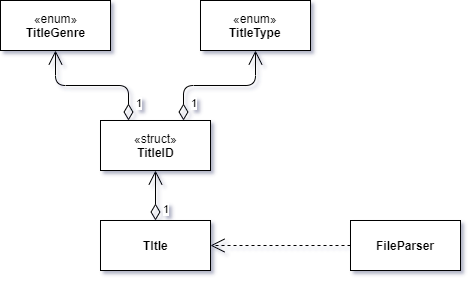
This is Images/DiagramaUML.png from RodrigoPrinheiro/LP2_P1, a draw.io export, as it was before one commit. Source tidied: cells renumbered, new cells last; positions are measured from the earlier drawing's top-left corner, leaving out a move shared by most shapes.
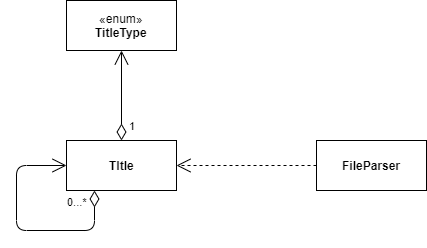
The same diagram one commit later.

Diff of the diagram source:
```diff
@@ -3,7 +3,7 @@
     <mxCell id="0" />
     <mxCell id="1" parent="0" />
     <mxCell id="2" value="«enum»&lt;br&gt;&lt;b&gt;TitleType&lt;/b&gt;" style="html=1;" parent="1" vertex="1">
-      <mxGeometry x="200" width="110" height="50" as="geometry" />
+      <mxGeometry x="100" y="80" width="110" height="50" as="geometry" />
     </mxCell>
     <mxCell id="3" value="&lt;b&gt;TItle&lt;br&gt;&lt;/b&gt;" style="html=1;" parent="1" vertex="1">
       <mxGeometry x="100" y="220" width="110" height="50" as="geometry" />
@@ -11,25 +11,22 @@
     <mxCell id="4" value="&lt;b&gt;FileParser&lt;/b&gt;" style="html=1;" parent="1" vertex="1">
       <mxGeometry x="350" y="220" width="110" height="50" as="geometry" />
     </mxCell>
-    <mxCell id="5" value="«struct»&lt;br&gt;&lt;b&gt;TitleID&lt;br&gt;&lt;/b&gt;" style="html=1;" parent="1" vertex="1">
-      <mxGeometry x="100" y="120" width="110" height="50" as="geometry" />
-    </mxCell>
-    <mxCell id="6" value="«enum»&lt;br&gt;&lt;b&gt;TitleGenre&lt;br&gt;&lt;/b&gt;" style="html=1;" parent="1" vertex="1">
-      <mxGeometry width="110" height="50" as="geometry" />
-    </mxCell>
-    <mxCell id="7" value="1" style="endArrow=open;html=1;endSize=12;startArrow=diamondThin;startSize=14;startFill=0;edgeStyle=orthogonalEdgeStyle;align=left;verticalAlign=bottom;exitX=0.25;exitY=0;exitDx=0;exitDy=0;entryX=0.5;entryY=1;entryDx=0;entryDy=0;" parent="1" edge="1" source="5" target="6">
-      <mxGeometry x="-0.87" y="-6" relative="1" as="geometry" />
-    </mxCell>
-    <mxCell id="8" value="1" style="endArrow=open;html=1;endSize=12;startArrow=diamondThin;startSize=14;startFill=0;edgeStyle=orthogonalEdgeStyle;align=left;verticalAlign=bottom;exitX=0.75;exitY=0;exitDx=0;exitDy=0;entryX=0.5;entryY=1;entryDx=0;entryDy=0;" parent="1" edge="1" source="5" target="2">
+    <mxCell id="8" value="1" style="endArrow=open;html=1;endSize=12;startArrow=diamondThin;startSize=14;startFill=0;edgeStyle=orthogonalEdgeStyle;align=left;verticalAlign=bottom;exitX=0.5;exitY=0;exitDx=0;exitDy=0;entryX=0.5;entryY=1;entryDx=0;entryDy=0;" parent="1" edge="1" source="3" target="2">
       <mxGeometry x="-0.87" y="-6" relative="1" as="geometry">
         <Array as="points">
-          <mxPoint x="183" y="85" />
-          <mxPoint x="255" y="85" />
+          <mxPoint x="155" y="130" />
+          <mxPoint x="155" y="130" />
         </Array>
       </mxGeometry>
     </mxCell>
-    <mxCell id="9" value="1" style="endArrow=open;html=1;endSize=12;startArrow=diamondThin;startSize=14;startFill=0;edgeStyle=orthogonalEdgeStyle;align=left;verticalAlign=bottom;exitX=0.5;exitY=0;exitDx=0;exitDy=0;entryX=0.5;entryY=1;entryDx=0;entryDy=0;" parent="1" edge="1" source="3" target="5">
-      <mxGeometry x="-0.87" y="-6" relative="1" as="geometry" />
+    <mxCell id="9" value="0...*" style="endArrow=open;html=1;endSize=12;startArrow=diamondThin;startSize=14;startFill=0;edgeStyle=orthogonalEdgeStyle;align=left;verticalAlign=bottom;exitX=0.25;exitY=1;exitDx=0;exitDy=0;" parent="1" edge="1" source="3" target="3">
+      <mxGeometry x="-0.41" y="-20" relative="1" as="geometry">
+        <Array as="points">
+          <mxPoint x="128" y="310" />
+          <mxPoint x="50" y="310" />
+          <mxPoint x="50" y="245" />
+        </Array>
+      </mxGeometry>
     </mxCell>
     <mxCell id="10" style="endArrow=open;endSize=12;dashed=1;html=1;exitX=0;exitY=0.5;exitDx=0;exitDy=0;entryX=1;entryY=0.5;entryDx=0;entryDy=0;" parent="1" edge="1" source="4" target="3">
       <mxGeometry y="-25" relative="1" as="geometry" />
```
